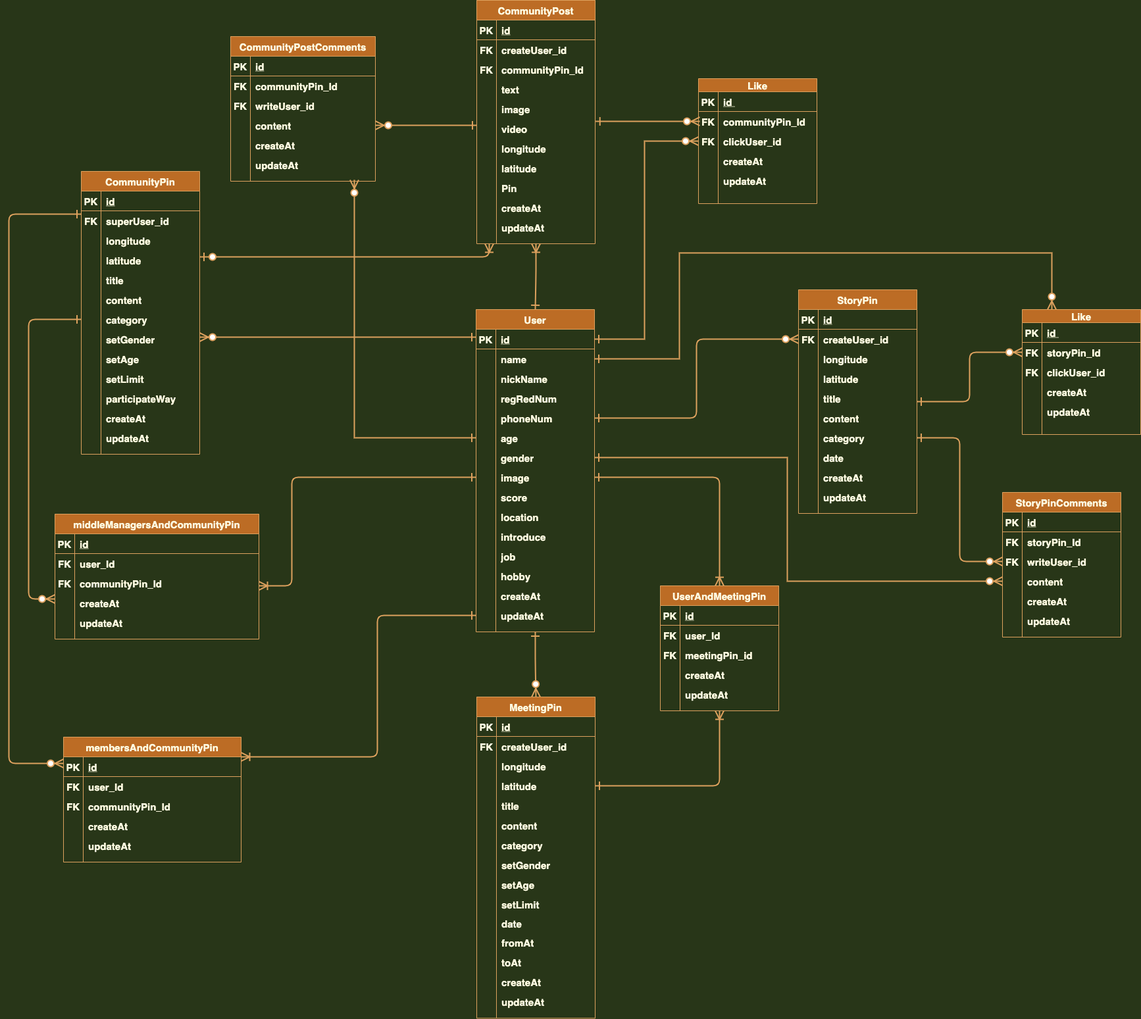
This is DB_Modeling/Erd-image/Pins-mvp.png from hadacorp/Pins_backend, a draw.io export, as it was before one commit. Source tidied: cells renumbered, new cells last; positions are measured from the earlier drawing's top-left corner, leaving out a move shared by most shapes.
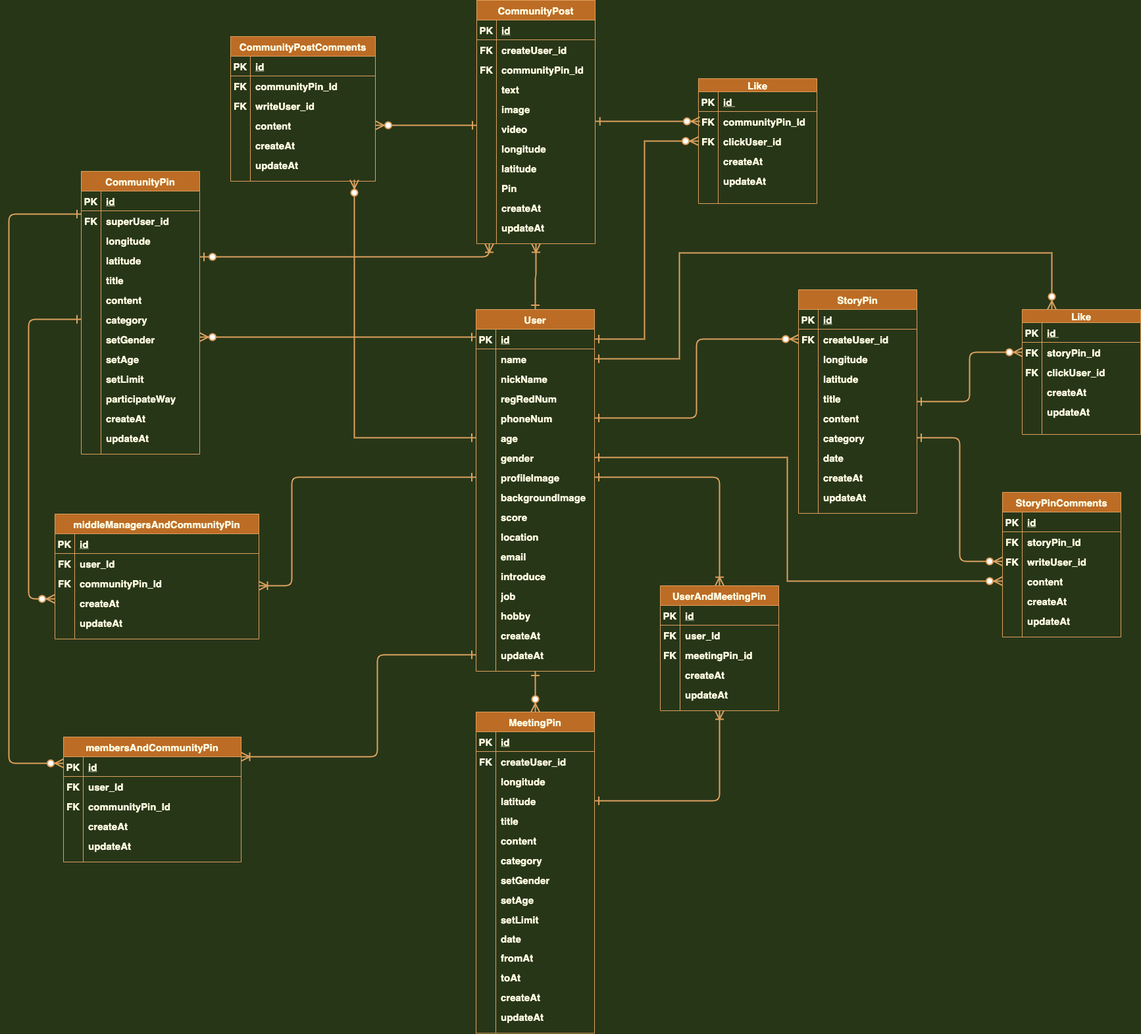
The same diagram one commit later.

Commit message:
feat:: users 토큰 체크 분리 & docs:: 기획 2.0.3 user erd 수정

What changed in the source:
```diff
@@ -3,7 +3,7 @@
     <mxCell id="0" />
     <mxCell id="1" parent="0" />
     <mxCell id="2" value="User" style="shape=table;startSize=30;rowLines=0;fontStyle=1;align=center;rounded=0;sketch=0;fillColor=#BC6C25;fontColor=#FEFAE0;strokeColor=#DDA15E;fontSize=15;" parent="1" vertex="1">
-      <mxGeometry x="710" y="470" width="180" height="490" as="geometry" />
+      <mxGeometry x="710" y="470" width="180" height="550" as="geometry" />
     </mxCell>
     <mxCell id="3" style="shape=partialRectangle;fillColor=none;top=0;left=0;bottom=1;right=0;points=[[0,0.5],[1,0.5]];portConstraint=eastwest;fontColor=#FEFAE0;strokeColor=#DDA15E;fontSize=15;fontStyle=1;" parent="2" vertex="1">
       <mxGeometry y="30" width="180" height="30" as="geometry" />
@@ -74,7 +74,7 @@
     <mxCell id="25" style="shape=partialRectangle;fillColor=none;top=0;left=0;bottom=0;right=0;overflow=hidden;strokeColor=#DDA15E;fontColor=#FEFAE0;fontSize=15;fontStyle=1;" parent="24" vertex="1">
       <mxGeometry width="30" height="30" as="geometry" />
     </mxCell>
-    <mxCell id="26" value="image" style="shape=partialRectangle;fillColor=none;top=0;left=0;bottom=0;right=0;align=left;spacingLeft=6;overflow=hidden;strokeColor=#DDA15E;fontColor=#FEFAE0;fontSize=15;fontStyle=1;" parent="24" vertex="1">
+    <mxCell id="26" value="profileImage" style="shape=partialRectangle;fillColor=none;top=0;left=0;bottom=0;right=0;align=left;spacingLeft=6;overflow=hidden;strokeColor=#DDA15E;fontColor=#FEFAE0;fontSize=15;fontStyle=1;" parent="24" vertex="1">
       <mxGeometry x="30" width="150" height="30" as="geometry" />
     </mxCell>
     <mxCell id="27" style="shape=partialRectangle;fillColor=none;top=0;left=0;bottom=0;right=0;rounded=0;sketch=0;fontColor=#FEFAE0;strokeColor=#DDA15E;fontSize=15;fontStyle=1;" parent="2" vertex="1">
@@ -83,11 +83,20 @@
     <mxCell id="28" style="shape=partialRectangle;fillColor=none;top=0;left=0;bottom=0;right=0;overflow=hidden;strokeColor=#DDA15E;fontColor=#FEFAE0;fontSize=15;fontStyle=1;" parent="27" vertex="1">
       <mxGeometry width="30" height="30" as="geometry" />
     </mxCell>
-    <mxCell id="29" value="score" style="shape=partialRectangle;fillColor=none;top=0;left=0;bottom=0;right=0;align=left;spacingLeft=6;overflow=hidden;strokeColor=#DDA15E;fontColor=#FEFAE0;fontSize=15;fontStyle=1;" parent="27" vertex="1">
+    <mxCell id="29" value="backgroundImage" style="shape=partialRectangle;fillColor=none;top=0;left=0;bottom=0;right=0;align=left;spacingLeft=6;overflow=hidden;strokeColor=#DDA15E;fontColor=#FEFAE0;fontSize=15;fontStyle=1;" parent="27" vertex="1">
       <mxGeometry x="30" width="150" height="30" as="geometry" />
     </mxCell>
+    <mxCell id="336" style="shape=partialRectangle;fillColor=none;top=0;left=0;bottom=0;right=0;rounded=0;sketch=0;fontColor=#FEFAE0;strokeColor=#DDA15E;fontSize=15;fontStyle=1;" parent="2" vertex="1">
+      <mxGeometry y="300" width="180" height="30" as="geometry" />
+    </mxCell>
+    <mxCell id="337" style="shape=partialRectangle;fillColor=none;top=0;left=0;bottom=0;right=0;overflow=hidden;strokeColor=#DDA15E;fontColor=#FEFAE0;fontSize=15;fontStyle=1;" parent="336" vertex="1">
+      <mxGeometry width="30" height="30" as="geometry" />
+    </mxCell>
+    <mxCell id="338" value="score" style="shape=partialRectangle;fillColor=none;top=0;left=0;bottom=0;right=0;align=left;spacingLeft=6;overflow=hidden;strokeColor=#DDA15E;fontColor=#FEFAE0;fontSize=15;fontStyle=1;" parent="336" vertex="1">
+      <mxGeometry x="30" width="150" height="30" as="geometry" />
+    </mxCell>
     <mxCell id="30" style="shape=partialRectangle;fillColor=none;top=0;left=0;bottom=0;right=0;rounded=0;sketch=0;fontColor=#FEFAE0;strokeColor=#DDA15E;fontSize=15;fontStyle=1;" parent="2" vertex="1">
-      <mxGeometry y="300" width="180" height="30" as="geometry" />
+      <mxGeometry y="330" width="180" height="30" as="geometry" />
     </mxCell>
     <mxCell id="31" style="shape=partialRectangle;fillColor=none;top=0;left=0;bottom=0;right=0;overflow=hidden;strokeColor=#DDA15E;fontColor=#FEFAE0;fontSize=15;fontStyle=1;" parent="30" vertex="1">
       <mxGeometry width="30" height="30" as="geometry" />
@@ -95,8 +104,17 @@
     <mxCell id="32" value="location" style="shape=partialRectangle;fillColor=none;top=0;left=0;bottom=0;right=0;align=left;spacingLeft=6;overflow=hidden;strokeColor=#DDA15E;fontColor=#FEFAE0;fontSize=15;fontStyle=1;" parent="30" vertex="1">
       <mxGeometry x="30" width="150" height="30" as="geometry" />
     </mxCell>
+    <mxCell id="339" style="shape=partialRectangle;fillColor=none;top=0;left=0;bottom=0;right=0;rounded=0;sketch=0;fontColor=#FEFAE0;strokeColor=#DDA15E;fontSize=15;fontStyle=1;" parent="2" vertex="1">
+      <mxGeometry y="360" width="180" height="30" as="geometry" />
+    </mxCell>
+    <mxCell id="340" style="shape=partialRectangle;fillColor=none;top=0;left=0;bottom=0;right=0;overflow=hidden;strokeColor=#DDA15E;fontColor=#FEFAE0;fontSize=15;fontStyle=1;" parent="339" vertex="1">
+      <mxGeometry width="30" height="30" as="geometry" />
+    </mxCell>
+    <mxCell id="341" value="email" style="shape=partialRectangle;fillColor=none;top=0;left=0;bottom=0;right=0;align=left;spacingLeft=6;overflow=hidden;strokeColor=#DDA15E;fontColor=#FEFAE0;fontSize=15;fontStyle=1;" parent="339" vertex="1">
+      <mxGeometry x="30" width="150" height="30" as="geometry" />
+    </mxCell>
     <mxCell id="33" style="shape=partialRectangle;fillColor=none;top=0;left=0;bottom=0;right=0;rounded=0;sketch=0;fontColor=#FEFAE0;strokeColor=#DDA15E;fontSize=15;fontStyle=1;" parent="2" vertex="1">
-      <mxGeometry y="330" width="180" height="30" as="geometry" />
+      <mxGeometry y="390" width="180" height="30" as="geometry" />
     </mxCell>
     <mxCell id="34" style="shape=partialRectangle;fillColor=none;top=0;left=0;bottom=0;right=0;overflow=hidden;strokeColor=#DDA15E;fontColor=#FEFAE0;fontSize=15;fontStyle=1;" parent="33" vertex="1">
       <mxGeometry width="30" height="30" as="geometry" />
@@ -105,7 +123,7 @@
       <mxGeometry x="30" width="150" height="30" as="geometry" />
     </mxCell>
     <mxCell id="36" style="shape=partialRectangle;fillColor=none;top=0;left=0;bottom=0;right=0;rounded=0;sketch=0;fontColor=#FEFAE0;strokeColor=#DDA15E;fontSize=15;fontStyle=1;" parent="2" vertex="1">
-      <mxGeometry y="360" width="180" height="30" as="geometry" />
+      <mxGeometry y="420" width="180" height="30" as="geometry" />
     </mxCell>
     <mxCell id="37" style="shape=partialRectangle;fillColor=none;top=0;left=0;bottom=0;right=0;overflow=hidden;strokeColor=#DDA15E;fontColor=#FEFAE0;fontSize=15;fontStyle=1;" parent="36" vertex="1">
       <mxGeometry width="30" height="30" as="geometry" />
@@ -114,7 +132,7 @@
       <mxGeometry x="30" width="150" height="30" as="geometry" />
     </mxCell>
     <mxCell id="39" style="shape=partialRectangle;fillColor=none;top=0;left=0;bottom=0;right=0;rounded=0;sketch=0;fontColor=#FEFAE0;strokeColor=#DDA15E;fontSize=15;fontStyle=1;" parent="2" vertex="1">
-      <mxGeometry y="390" width="180" height="30" as="geometry" />
+      <mxGeometry y="450" width="180" height="30" as="geometry" />
     </mxCell>
     <mxCell id="40" style="shape=partialRectangle;fillColor=none;top=0;left=0;bottom=0;right=0;overflow=hidden;strokeColor=#DDA15E;fontColor=#FEFAE0;fontSize=15;fontStyle=1;" parent="39" vertex="1">
       <mxGeometry width="30" height="30" as="geometry" />
@@ -123,7 +141,7 @@
       <mxGeometry x="30" width="150" height="30" as="geometry" />
     </mxCell>
     <mxCell id="42" style="shape=partialRectangle;fillColor=none;top=0;left=0;bottom=0;right=0;rounded=0;sketch=0;fontColor=#FEFAE0;strokeColor=#DDA15E;fontSize=15;fontStyle=1;" parent="2" vertex="1">
-      <mxGeometry y="420" width="180" height="30" as="geometry" />
+      <mxGeometry y="480" width="180" height="30" as="geometry" />
     </mxCell>
     <mxCell id="43" style="shape=partialRectangle;fillColor=none;top=0;left=0;bottom=0;right=0;overflow=hidden;strokeColor=#DDA15E;fontColor=#FEFAE0;fontSize=15;fontStyle=1;" parent="42" vertex="1">
       <mxGeometry width="30" height="30" as="geometry" />
@@ -132,7 +150,7 @@
       <mxGeometry x="30" width="150" height="30" as="geometry" />
     </mxCell>
     <mxCell id="45" style="shape=partialRectangle;fillColor=none;top=0;left=0;bottom=0;right=0;points=[[0,0.5],[1,0.5]];portConstraint=eastwest;rounded=0;sketch=0;fontColor=#FEFAE0;strokeColor=#DDA15E;fontSize=15;fontStyle=1;" parent="2" vertex="1">
-      <mxGeometry y="450" width="180" height="30" as="geometry" />
+      <mxGeometry y="510" width="180" height="30" as="geometry" />
     </mxCell>
     <mxCell id="46" style="shape=partialRectangle;fillColor=none;top=0;left=0;bottom=0;right=0;overflow=hidden;strokeColor=#DDA15E;fontColor=#FEFAE0;fontSize=15;fontStyle=1;" parent="45" vertex="1">
       <mxGeometry width="30" height="30" as="geometry" />
@@ -367,7 +385,7 @@
       <mxGeometry x="30" width="150" height="30" as="geometry" />
     </mxCell>
     <mxCell id="121" value="MeetingPin" style="shape=table;startSize=30;rowLines=0;fontStyle=1;align=center;rounded=0;sketch=0;fillColor=#BC6C25;fontColor=#FEFAE0;strokeColor=#DDA15E;fontSize=15;" parent="1" vertex="1">
-      <mxGeometry x="711" y="1059" width="180" height="488.3" as="geometry" />
+      <mxGeometry x="710" y="1082" width="180" height="488.3" as="geometry" />
     </mxCell>
     <mxCell id="122" style="shape=partialRectangle;fillColor=none;top=0;left=0;bottom=1;right=0;fontColor=#FEFAE0;strokeColor=#DDA15E;fontSize=15;fontStyle=1;" parent="121" vertex="1">
       <mxGeometry y="30" width="180" height="30" as="geometry" />
@@ -968,7 +986,7 @@
       <mxGeometry relative="1" as="geometry">
         <Array as="points">
           <mxPoint x="560" y="1150" />
-          <mxPoint x="560" y="935" />
+          <mxPoint x="560" y="995" />
         </Array>
       </mxGeometry>
     </mxCell>
```
